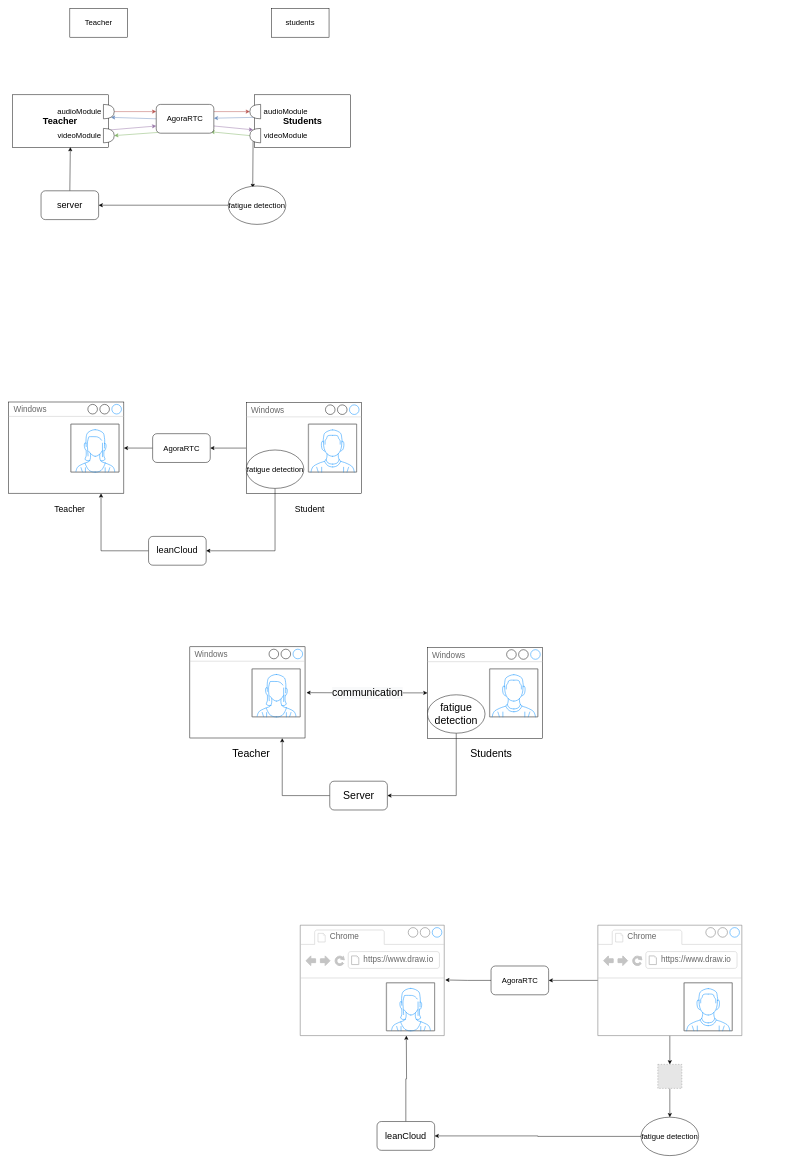
Before: Untitled Diagram.drawio in GithubWangXiaoXi/draw-io, a draw.io diagram. Source tidied: cells renumbered, new cells numbered last; positions are measured from the earlier drawing's top-left corner, leaving out a move shared by most shapes. Both pictures are drawn from the tidied source at 48%, with x=0, y=0 at pixel (8, 8). Pictures stored in the file or linked from it are replaced by grey dashed boxes.
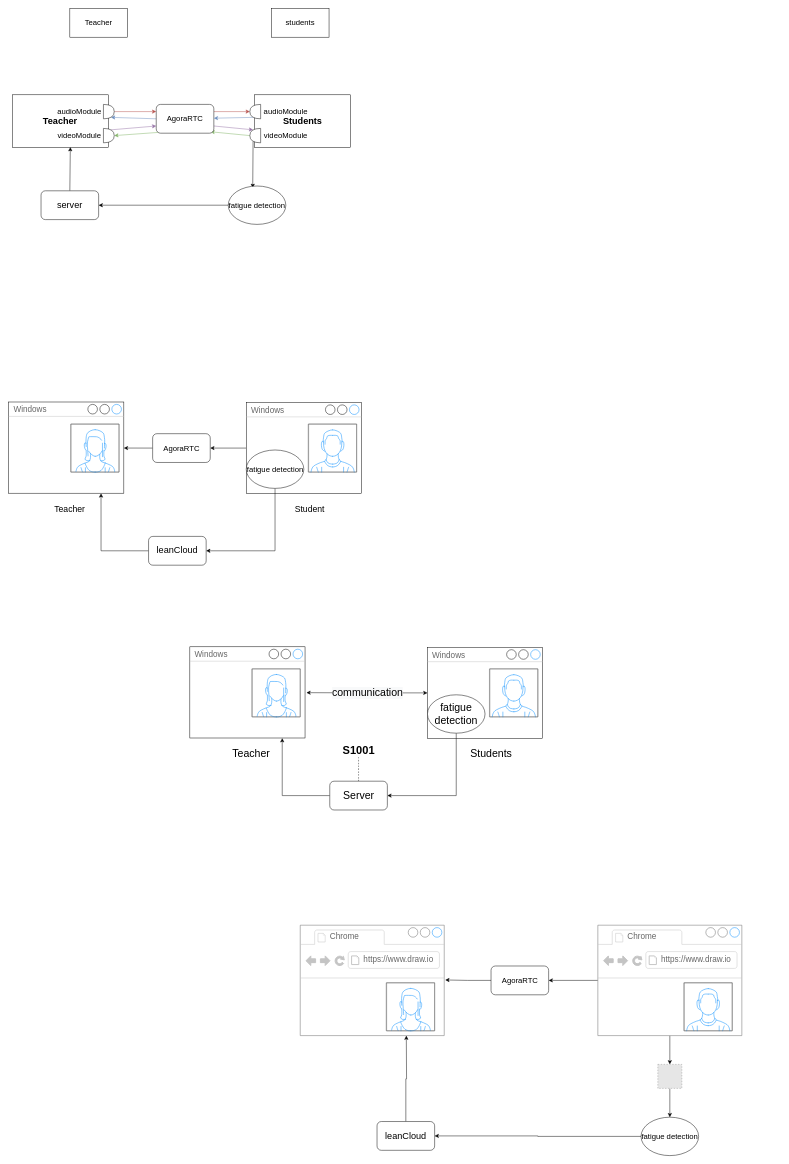
The same diagram, later.

The change refers to these unchanged cells:
```xml
<mxCell id="70" value="&lt;span style=&quot;font-size: 22px;&quot;&gt;Server&lt;/span&gt;" style="rounded=1;whiteSpace=wrap;html=1;fontSize=19;" parent="1" vertex="1">
  <mxGeometry x="669.5" y="1610" width="120" height="60" as="geometry" />
</mxCell>
```

Diff of the diagram source:
```diff
@@
+    <mxCell id="71" style="edgeStyle=orthogonalEdgeStyle;rounded=0;jettySize=auto;html=1;entryX=0.5;entryY=1;entryDx=0;entryDy=0;endArrow=none;endFill=0;curved=1;dashed=1;" parent="1" edge="1" source="70" target="72">
+      <mxGeometry relative="1" as="geometry" />
+    </mxCell>
@@
+    <mxCell id="72" value="&lt;font style=&quot;font-size: 23px;&quot;&gt;&lt;b&gt;S1001&lt;/b&gt;&lt;/font&gt;" style="text;html=1;strokeColor=none;fillColor=none;align=center;verticalAlign=middle;whiteSpace=wrap;rounded=0;" parent="1" vertex="1">
+      <mxGeometry x="699.5" y="1530" width="60" height="30" as="geometry" />
+    </mxCell>
```
